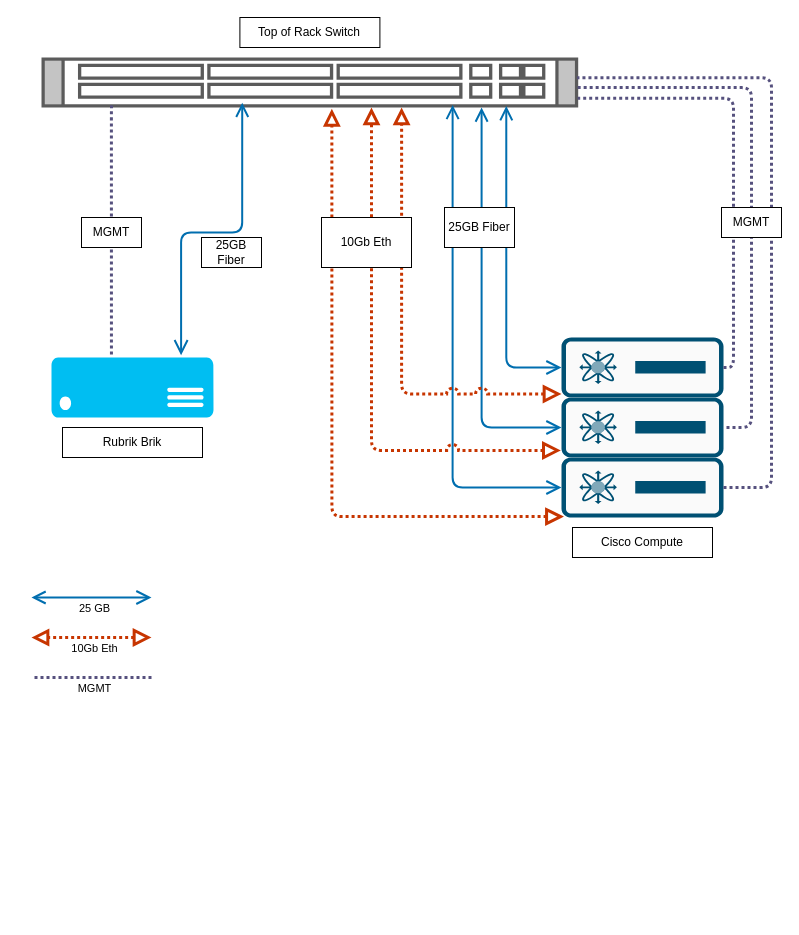
Before: page "Page-1" (1 of 2) of Untitled Diagram.drawio in pallen1405/Allenkc-chores, a draw.io diagram. Source tidied: cells renumbered, new cells numbered last; positions are measured from the earlier drawing's top-left corner, leaving out a move shared by most shapes. Both pictures are drawn from the tidied source at 100%, with x=0, y=0 at pixel (31, 17).
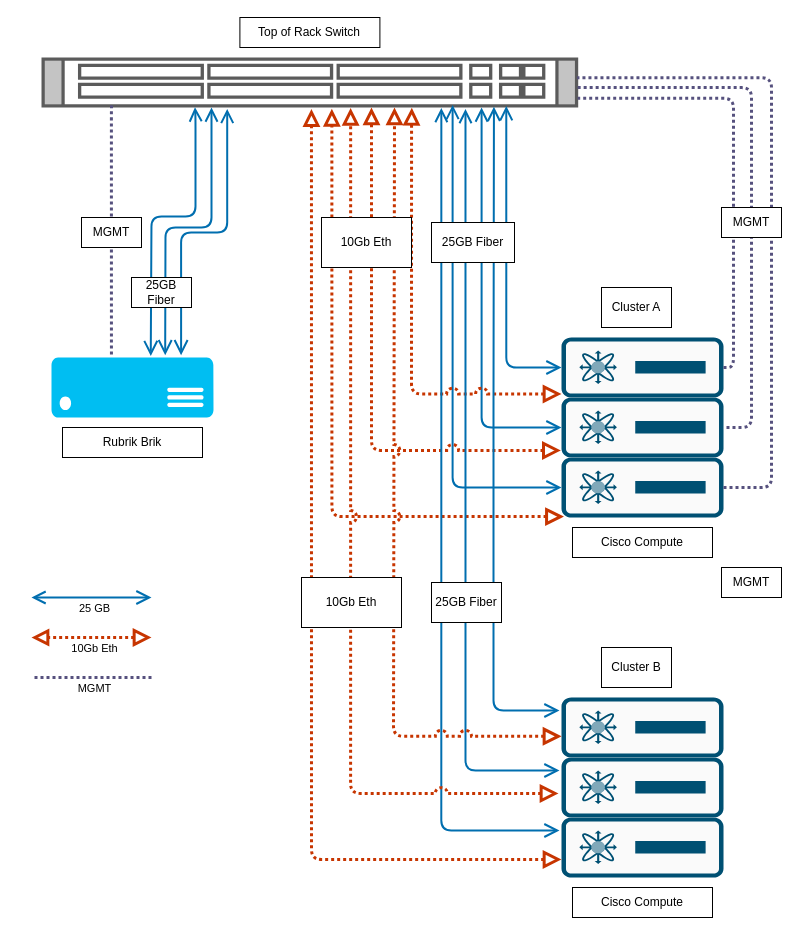
Above is the later version.

Commit message:
OT Clusters Connectivity Diagram

The change refers to these unchanged cells:
```xml
<mxCell id="2" style="shape=mxgraph.rack.cisco.cisco_catalyst_4948_switch;html=1;labelPosition=right;align=left;spacingLeft=15;dashed=0;shadow=0;fillColor=#ffffff;" parent="1" vertex="1">
  <mxGeometry x="10" y="40" width="536.7" height="50" as="geometry" />
</mxCell>
<mxCell id="4" style="verticalLabelPosition=bottom;html=1;verticalAlign=top;align=center;strokeColor=none;fillColor=#00BEF2;shape=mxgraph.azure.server;" parent="1" vertex="1">
  <mxGeometry x="20" y="340" width="162" height="60" as="geometry" />
</mxCell>
```

Diff of the diagram source:
```diff
@@
-    <mxCell id="7" style="endArrow=open;startArrow=open;html=1;rounded=1;fillColor=#1ba1e2;strokeColor=#006EAF;strokeWidth=2;startFill=0;endFill=0;elbow=vertical;entryX=0.374;entryY=0.905;entryDx=0;entryDy=0;entryPerimeter=0;edgeStyle=orthogonalEdgeStyle;flowAnimation=0;curved=0;startSize=11;endSize=10;sourcePerimeterSpacing=0;exitX=0.8;exitY=-0.038;exitDx=0;exitDy=0;exitPerimeter=0;" parent="1" edge="1" source="4" target="2">
+    <mxCell id="7" style="endArrow=open;startArrow=open;html=1;rounded=1;fillColor=#1ba1e2;strokeColor=#006EAF;strokeWidth=2;startFill=0;endFill=0;elbow=vertical;entryX=0.346;entryY=1.028;entryDx=0;entryDy=0;entryPerimeter=0;edgeStyle=orthogonalEdgeStyle;flowAnimation=0;curved=0;startSize=11;endSize=10;sourcePerimeterSpacing=0;exitX=0.8;exitY=-0.038;exitDx=0;exitDy=0;exitPerimeter=0;" parent="1" edge="1" source="4" target="2">
       <mxGeometry relative="1" as="geometry" />
     </mxCell>
@@
-    <mxCell id="20" value="25GB Fiber" style="text;html=1;align=center;verticalAlign=middle;whiteSpace=wrap;rounded=0;fillColor=default;strokeColor=default;" parent="1" vertex="1">
-      <mxGeometry x="170" y="220" width="60" height="30" as="geometry" />
-    </mxCell>
-    <mxCell id="21" value="25GB Fiber" style="text;html=1;align=center;verticalAlign=middle;whiteSpace=wrap;rounded=0;rotation=0;fillColor=default;strokeColor=default;" parent="1" vertex="1">
-      <mxGeometry x="413" y="190" width="70" height="40" as="geometry" />
-    </mxCell>
@@
-    <mxCell id="25" style="endArrow=block;startArrow=block;html=1;rounded=1;fillColor=#fa6800;strokeColor=#C73500;strokeWidth=3;startFill=0;endFill=0;elbow=vertical;flowAnimation=0;startSize=11;endSize=10;sourcePerimeterSpacing=0;dashed=1;dashPattern=1 1;edgeStyle=orthogonalEdgeStyle;exitX=-0.004;exitY=0.883;exitDx=0;exitDy=0;exitPerimeter=0;jumpStyle=arc;jumpSize=8;entryX=0.671;entryY=1;entryDx=0;entryDy=0;entryPerimeter=0;" parent="1" edge="1" target="2">
+    <mxCell id="25" style="endArrow=block;startArrow=block;html=1;rounded=1;fillColor=#fa6800;strokeColor=#C73500;strokeWidth=3;startFill=0;endFill=0;elbow=vertical;flowAnimation=0;startSize=11;endSize=10;sourcePerimeterSpacing=0;dashed=1;dashPattern=1 1;edgeStyle=orthogonalEdgeStyle;exitX=-0.004;exitY=0.883;exitDx=0;exitDy=0;exitPerimeter=0;jumpStyle=arc;jumpSize=8;entryX=0.69;entryY=1.004;entryDx=0;entryDy=0;entryPerimeter=0;" parent="1" edge="1" target="2">
       <mxGeometry relative="1" as="geometry">
         <mxPoint x="530" y="376.5" as="sourcePoint" />
         <Array as="points">
-          <mxPoint x="370" y="376" />
+          <mxPoint x="380" y="376" />
+          <mxPoint x="380" y="110" />
+          <mxPoint x="380" y="110" />
         </Array>
       </mxGeometry>
     </mxCell>
-    <mxCell id="26" value="10Gb Eth" style="text;html=1;align=center;verticalAlign=middle;whiteSpace=wrap;rounded=0;fillColor=default;strokeColor=default;" parent="1" vertex="1">
-      <mxGeometry x="290" y="200" width="90" height="50" as="geometry" />
-    </mxCell>
@@
+    <mxCell id="32" style="endArrow=open;startArrow=open;html=1;rounded=1;fillColor=#1ba1e2;strokeColor=#006EAF;strokeWidth=2;startFill=0;endFill=0;elbow=vertical;edgeStyle=orthogonalEdgeStyle;flowAnimation=0;curved=0;startSize=11;endSize=10;sourcePerimeterSpacing=0;exitX=0.702;exitY=-0.038;exitDx=0;exitDy=0;exitPerimeter=0;" parent="1" edge="1" source="4">
+      <mxGeometry relative="1" as="geometry">
+        <mxPoint x="180" y="90" as="targetPoint" />
+        <Array as="points">
+          <mxPoint x="134" y="330" />
+          <mxPoint x="134" y="330" />
+          <mxPoint x="134" y="210" />
+          <mxPoint x="180" y="210" />
+        </Array>
+      </mxGeometry>
+    </mxCell>
+    <mxCell id="33" style="endArrow=open;startArrow=open;html=1;rounded=1;fillColor=#1ba1e2;strokeColor=#006EAF;strokeWidth=2;startFill=0;endFill=0;elbow=vertical;entryX=0.286;entryY=0.995;entryDx=0;entryDy=0;entryPerimeter=0;edgeStyle=orthogonalEdgeStyle;flowAnimation=0;curved=0;startSize=11;endSize=10;sourcePerimeterSpacing=0;exitX=0.613;exitY=-0.024;exitDx=0;exitDy=0;exitPerimeter=0;" parent="1" edge="1" source="4" target="2">
+      <mxGeometry relative="1" as="geometry">
+        <Array as="points">
+          <mxPoint x="119" y="330" />
+          <mxPoint x="120" y="330" />
+          <mxPoint x="120" y="199" />
+          <mxPoint x="164" y="199" />
+          <mxPoint x="164" y="100" />
+          <mxPoint x="164" y="100" />
+        </Array>
+      </mxGeometry>
+    </mxCell>
+    <mxCell id="20" value="25GB Fiber" style="text;html=1;align=center;verticalAlign=middle;whiteSpace=wrap;rounded=0;fillColor=default;strokeColor=default;" parent="1" vertex="1">
+      <mxGeometry x="100" y="260" width="60" height="30" as="geometry" />
+    </mxCell>
+    <mxCell id="34" value="Cluster A" style="text;html=1;align=center;verticalAlign=middle;whiteSpace=wrap;rounded=0;rotation=0;fillColor=default;strokeColor=default;" parent="1" vertex="1">
+      <mxGeometry x="570" y="270" width="70" height="40" as="geometry" />
+    </mxCell>
+    <mxCell id="35" style="sketch=0;verticalLabelPosition=bottom;html=1;verticalAlign=top;align=center;shape=mxgraph.cisco19.rect;prIcon=ucs_c_series_server;fillColor=#FAFAFA;strokeColor=#005073;" parent="1" vertex="1">
+      <mxGeometry x="530" y="740" width="162" height="60" as="geometry" />
+    </mxCell>
+    <mxCell id="36" style="sketch=0;verticalLabelPosition=bottom;html=1;verticalAlign=top;align=center;shape=mxgraph.cisco19.rect;prIcon=ucs_c_series_server;fillColor=#FAFAFA;strokeColor=#005073;" parent="1" vertex="1">
+      <mxGeometry x="530" y="680" width="162" height="60" as="geometry" />
+    </mxCell>
+    <mxCell id="37" style="sketch=0;verticalLabelPosition=bottom;html=1;verticalAlign=top;align=center;shape=mxgraph.cisco19.rect;prIcon=ucs_c_series_server;fillColor=#FAFAFA;strokeColor=#005073;" parent="1" vertex="1">
+      <mxGeometry x="530" y="800" width="162" height="60" as="geometry" />
+    </mxCell>
+    <mxCell id="38" value="MGMT" style="text;html=1;align=center;verticalAlign=middle;whiteSpace=wrap;rounded=0;fillColor=default;strokeColor=default;" parent="1" vertex="1">
+      <mxGeometry x="690" y="550" width="60" height="30" as="geometry" />
+    </mxCell>
+    <mxCell id="39" value="Cisco Compute" style="text;html=1;align=center;verticalAlign=middle;whiteSpace=wrap;rounded=0;fillColor=default;strokeColor=default;" parent="1" vertex="1">
+      <mxGeometry x="541" y="870" width="140" height="30" as="geometry" />
+    </mxCell>
+    <mxCell id="40" value="Cluster B" style="text;html=1;align=center;verticalAlign=middle;whiteSpace=wrap;rounded=0;rotation=0;fillColor=default;strokeColor=default;" parent="1" vertex="1">
+      <mxGeometry x="570" y="630" width="70" height="40" as="geometry" />
+    </mxCell>
+    <mxCell id="41" style="endArrow=open;startArrow=open;html=1;rounded=1;fillColor=#1ba1e2;strokeColor=#006EAF;strokeWidth=2;startFill=0;endFill=0;elbow=vertical;edgeStyle=orthogonalEdgeStyle;flowAnimation=0;curved=0;exitX=0;exitY=0.5;exitDx=0;exitDy=0;exitPerimeter=0;entryX=0.843;entryY=0.986;entryDx=0;entryDy=0;entryPerimeter=0;startSize=11;endSize=10;sourcePerimeterSpacing=0;" parent="1" edge="1" target="2">
+      <mxGeometry relative="1" as="geometry">
+        <mxPoint x="528" y="693" as="sourcePoint" />
+        <Array as="points">
+          <mxPoint x="462" y="693" />
+          <mxPoint x="462" y="392" />
+        </Array>
+      </mxGeometry>
+    </mxCell>
+    <mxCell id="42" style="endArrow=open;startArrow=open;html=1;rounded=1;fillColor=#1ba1e2;strokeColor=#006EAF;strokeWidth=2;startFill=0;endFill=0;elbow=vertical;edgeStyle=orthogonalEdgeStyle;flowAnimation=0;curved=0;exitX=0;exitY=0.5;exitDx=0;exitDy=0;exitPerimeter=0;entryX=0.79;entryY=1.031;entryDx=0;entryDy=0;entryPerimeter=0;startSize=11;endSize=10;sourcePerimeterSpacing=0;" parent="1" edge="1" target="2">
+      <mxGeometry relative="1" as="geometry">
+        <mxPoint x="528" y="753" as="sourcePoint" />
+        <Array as="points">
+          <mxPoint x="434" y="753" />
+        </Array>
+      </mxGeometry>
+    </mxCell>
+    <mxCell id="43" style="endArrow=open;startArrow=open;html=1;rounded=1;fillColor=#1ba1e2;strokeColor=#006EAF;strokeWidth=2;startFill=0;endFill=0;elbow=vertical;edgeStyle=orthogonalEdgeStyle;flowAnimation=0;curved=0;exitX=0;exitY=0.5;exitDx=0;exitDy=0;exitPerimeter=0;entryX=0.745;entryY=1.009;entryDx=0;entryDy=0;entryPerimeter=0;startSize=11;endSize=10;sourcePerimeterSpacing=0;" parent="1" edge="1" target="2">
+      <mxGeometry relative="1" as="geometry">
+        <mxPoint x="528" y="813" as="sourcePoint" />
+        <Array as="points">
+          <mxPoint x="410" y="813" />
+          <mxPoint x="410" y="91" />
+        </Array>
+      </mxGeometry>
+    </mxCell>
+    <mxCell id="44" style="endArrow=block;startArrow=block;html=1;rounded=1;fillColor=#fa6800;strokeColor=#C73500;strokeWidth=3;startFill=0;endFill=0;elbow=vertical;flowAnimation=0;startSize=11;endSize=10;sourcePerimeterSpacing=0;dashed=1;dashPattern=1 1;exitX=0.015;exitY=0.985;exitDx=0;exitDy=0;exitPerimeter=0;edgeStyle=orthogonalEdgeStyle;entryX=0.503;entryY=1.031;entryDx=0;entryDy=0;entryPerimeter=0;" parent="1" edge="1" target="2">
+      <mxGeometry relative="1" as="geometry">
+        <mxPoint x="530" y="842" as="sourcePoint" />
+        <Array as="points">
+          <mxPoint x="280" y="842" />
+        </Array>
+      </mxGeometry>
+    </mxCell>
+    <mxCell id="45" style="endArrow=block;startArrow=block;html=1;rounded=1;fillColor=#fa6800;strokeColor=#C73500;strokeWidth=3;startFill=0;endFill=0;elbow=vertical;flowAnimation=0;startSize=11;endSize=10;sourcePerimeterSpacing=0;dashed=1;dashPattern=1 1;edgeStyle=orthogonalEdgeStyle;exitX=-0.004;exitY=0.883;exitDx=0;exitDy=0;exitPerimeter=0;jumpStyle=arc;jumpSize=8;entryX=0.576;entryY=1.009;entryDx=0;entryDy=0;entryPerimeter=0;" parent="1" edge="1" target="2">
+      <mxGeometry relative="1" as="geometry">
+        <mxPoint x="527" y="776" as="sourcePoint" />
+        <Array as="points">
+          <mxPoint x="320" y="776" />
+          <mxPoint x="320" y="90" />
+        </Array>
+      </mxGeometry>
+    </mxCell>
+    <mxCell id="46" style="endArrow=block;startArrow=block;html=1;rounded=1;fillColor=#fa6800;strokeColor=#C73500;strokeWidth=3;startFill=0;endFill=0;elbow=vertical;flowAnimation=0;startSize=11;endSize=10;sourcePerimeterSpacing=0;dashed=1;dashPattern=1 1;edgeStyle=orthogonalEdgeStyle;exitX=-0.004;exitY=0.883;exitDx=0;exitDy=0;exitPerimeter=0;jumpStyle=arc;jumpSize=8;entryX=0.654;entryY=1.014;entryDx=0;entryDy=0;entryPerimeter=0;" parent="1" edge="1">
+      <mxGeometry relative="1" as="geometry">
+        <mxPoint x="530" y="718.8" as="sourcePoint" />
+        <mxPoint x="363" y="90" as="targetPoint" />
+        <Array as="points">
+          <mxPoint x="362" y="719" />
+          <mxPoint x="362" y="120" />
+          <mxPoint x="363" y="120" />
+        </Array>
+      </mxGeometry>
+    </mxCell>
+    <mxCell id="47" value="25GB Fiber" style="text;html=1;align=center;verticalAlign=middle;whiteSpace=wrap;rounded=0;rotation=0;fillColor=default;strokeColor=default;" parent="1" vertex="1">
+      <mxGeometry x="400" y="565" width="70" height="40" as="geometry" />
+    </mxCell>
+    <mxCell id="26" value="10Gb Eth" style="text;html=1;align=center;verticalAlign=middle;whiteSpace=wrap;rounded=0;fillColor=default;strokeColor=default;" parent="1" vertex="1">
+      <mxGeometry x="290" y="200" width="90" height="50" as="geometry" />
+    </mxCell>
+    <mxCell id="21" value="25GB Fiber" style="text;html=1;align=center;verticalAlign=middle;whiteSpace=wrap;rounded=0;rotation=0;fillColor=default;strokeColor=default;" parent="1" vertex="1">
+      <mxGeometry x="400" y="205" width="83" height="40" as="geometry" />
+    </mxCell>
+    <mxCell id="48" value="10Gb Eth" style="text;html=1;align=center;verticalAlign=middle;whiteSpace=wrap;rounded=0;fillColor=default;strokeColor=default;" parent="1" vertex="1">
+      <mxGeometry x="270" y="560" width="100" height="50" as="geometry" />
+    </mxCell>
```
